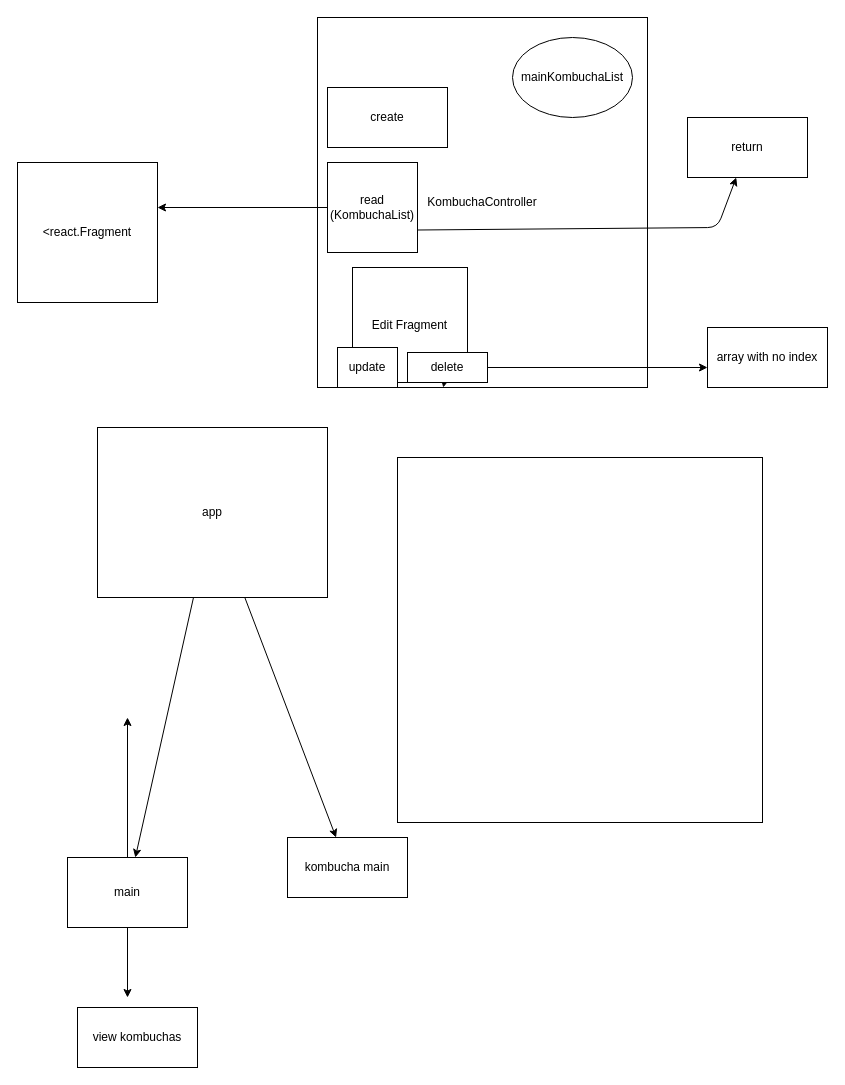
This is Diagram.drawio from Coltthatcher/Kombucha-club, a draw.io file, before an edit. Source tidied: cells renumbered, new cells numbered last; positions are measured from the earlier drawing's top-left corner, leaving out a move shared by most shapes. Both pictures are drawn from the tidied source at 100%, with x=0, y=0 at pixel (17, 17).
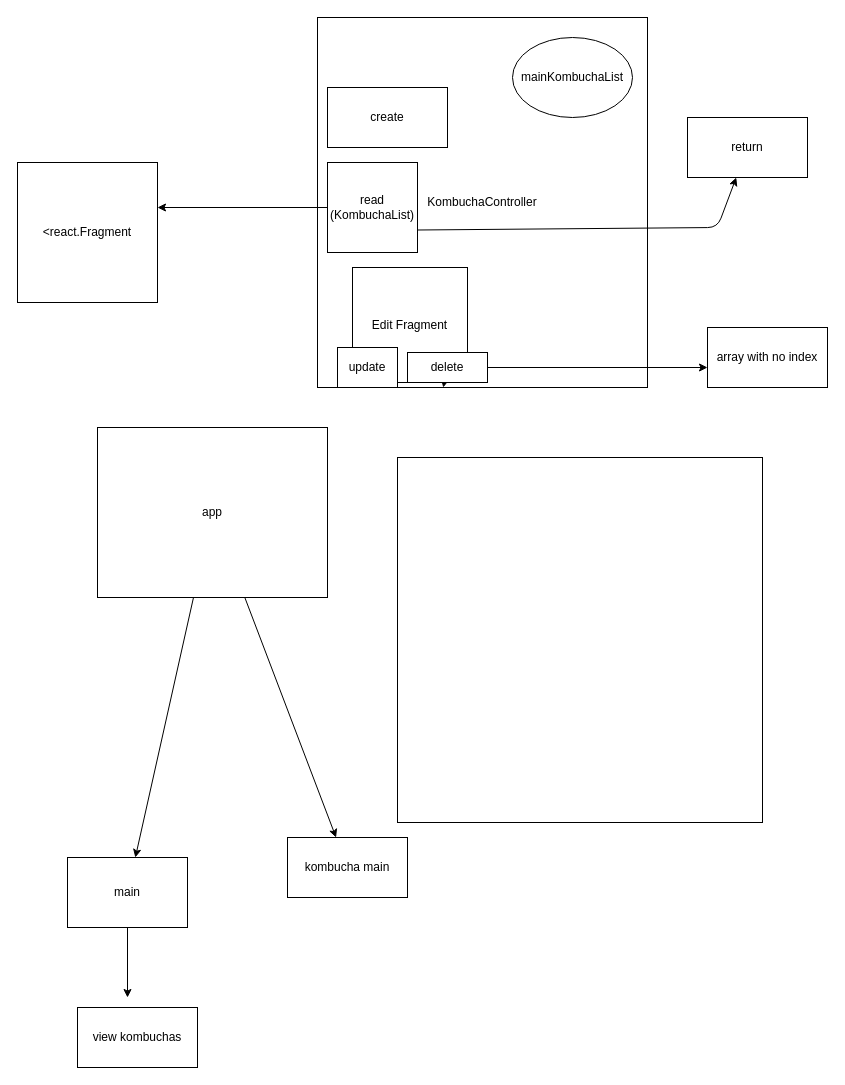
The same diagram, later.

The change refers to these unchanged cells:
```xml
<mxCell id="21" value="main" style="rounded=0;whiteSpace=wrap;html=1;" parent="1" vertex="1">
  <mxGeometry x="50" y="840" width="120" height="70" as="geometry" />
</mxCell>
```

The edit, as a diff of the source:
```diff
@@
-    <mxCell id="20" style="edgeStyle=none;html=1;exitX=0.5;exitY=0;exitDx=0;exitDy=0;" parent="1" edge="1" source="21">
-      <mxGeometry relative="1" as="geometry">
-        <mxPoint x="110" y="700" as="targetPoint" />
-      </mxGeometry>
-    </mxCell>
```
